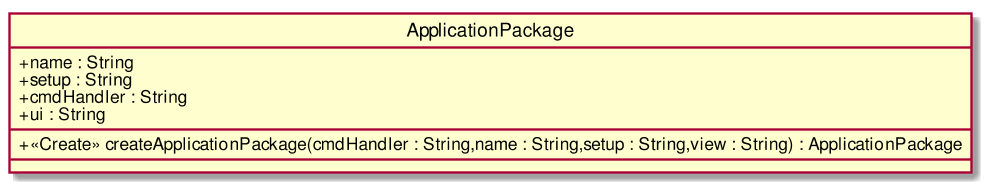
Before: RP/Esterni/DefinizioneDiProdotto/images/ClassApplicationPackage.png, a diagram exported from PlantUML (CoCodeSWE/Docs). The source it was exported from:
```plantuml
@startuml
scale 1000*1000
skinparam classAttributeIconSize 0
class ApplicationPackage{
+ name : String
+ setup : String
+ cmdHandler : String
+ ui : String
__
+ <<Create>> createApplicationPackage(cmdHandler : String,name : String,setup : String,view : String) : ApplicationPackage
__

}
hide circle
@enduml
```
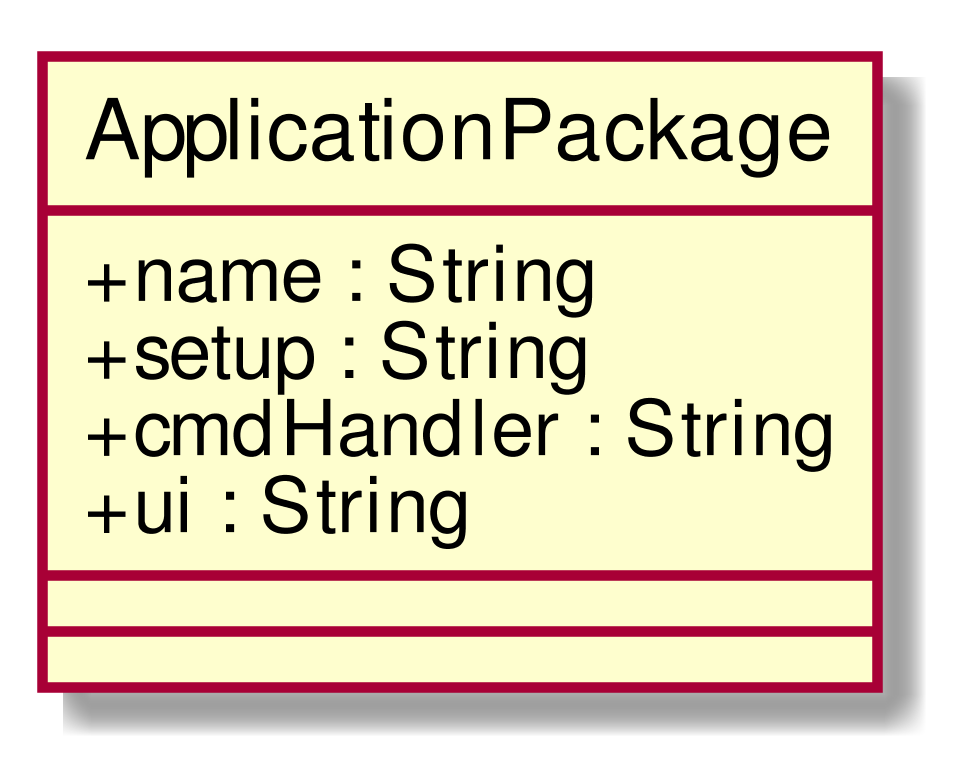
Later version of the same file.

Change to the diagram source:
```diff
@@ -7,7 +7,6 @@
 + cmdHandler : String
 + ui : String
 __
-+ <<Create>> createApplicationPackage(cmdHandler : String,name : String,setup : String,view : String) : ApplicationPackage
 __
 
 }
```
